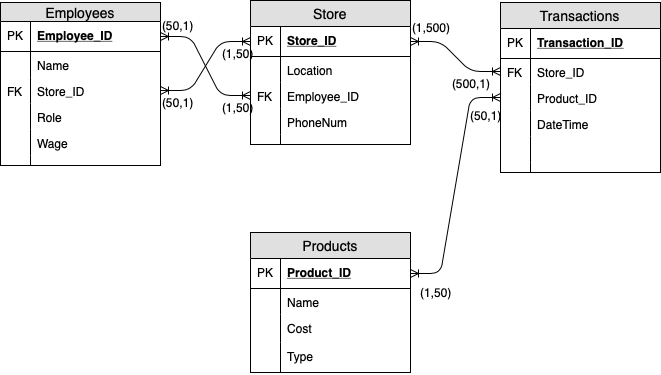
Before: Group Assignment 2.png, a diagram exported from draw.io (tjschaeffer/IST210). Source tidied: cells renumbered, new cells last; positions are measured from the earlier drawing's top-left corner, leaving out a move shared by most shapes. The source it was exported from:
```xml
<mxGraphModel>
  <root>
    <mxCell id="0" />
    <mxCell id="1" parent="0" />
    <mxCell id="2" value="Employees" style="swimlane;fontStyle=0;horizontal=1;startSize=19;fillColor=#e0e0e0;swimlaneFillColor=#ffffff;align=center;fontSize=14;" parent="1" vertex="1">
      <mxGeometry y="2" width="160" height="163" as="geometry" />
    </mxCell>
    <mxCell id="3" value="Employee_ID" style="shape=partialRectangle;top=0;left=0;right=0;bottom=1;align=left;verticalAlign=middle;fillColor=none;spacingLeft=34;spacingRight=4;overflow=hidden;points=[[0,0.5],[1,0.5]];portConstraint=eastwest;fontStyle=5;fontSize=12;" parent="2" vertex="1">
      <mxGeometry y="19" width="160" height="30" as="geometry" />
    </mxCell>
    <mxCell id="4" value="PK" style="shape=partialRectangle;top=0;left=0;bottom=0;fillColor=none;align=left;verticalAlign=middle;spacingLeft=4;spacingRight=4;overflow=hidden;fontSize=12;" parent="3" vertex="1">
      <mxGeometry width="30" height="30" as="geometry" />
    </mxCell>
    <mxCell id="5" value="Name" style="shape=partialRectangle;top=0;left=0;right=0;bottom=0;align=left;verticalAlign=top;fillColor=none;spacingLeft=34;spacingRight=4;overflow=hidden;fontSize=12;" parent="2" vertex="1">
      <mxGeometry y="49" width="160" height="26" as="geometry" />
    </mxCell>
    <mxCell id="6" style="shape=partialRectangle;top=0;left=0;bottom=0;fillColor=none;align=left;verticalAlign=top;spacingLeft=4;spacingRight=4;overflow=hidden;fontSize=12;" parent="5" vertex="1">
      <mxGeometry width="30" height="26" as="geometry" />
    </mxCell>
    <mxCell id="7" value="Store_ID" style="shape=partialRectangle;top=0;left=0;right=0;bottom=0;align=left;verticalAlign=top;fillColor=none;spacingLeft=34;spacingRight=4;overflow=hidden;points=[[0,0.5],[1,0.5]];portConstraint=eastwest;fontSize=12;" parent="2" vertex="1">
      <mxGeometry y="75" width="160" height="26" as="geometry" />
    </mxCell>
    <mxCell id="8" value="FK" style="shape=partialRectangle;top=0;left=0;bottom=0;fillColor=none;align=left;verticalAlign=top;spacingLeft=4;spacingRight=4;overflow=hidden;fontSize=12;" parent="7" vertex="1">
      <mxGeometry width="30" height="26" as="geometry" />
    </mxCell>
    <mxCell id="9" value="Role" style="shape=partialRectangle;top=0;left=0;right=0;bottom=0;align=left;verticalAlign=top;fillColor=none;spacingLeft=34;spacingRight=4;overflow=hidden;fontSize=12;" parent="2" vertex="1">
      <mxGeometry y="101" width="160" height="26" as="geometry" />
    </mxCell>
    <mxCell id="10" style="shape=partialRectangle;top=0;left=0;bottom=0;fillColor=none;align=left;verticalAlign=top;spacingLeft=4;spacingRight=4;overflow=hidden;fontSize=12;" parent="9" vertex="1">
      <mxGeometry width="30" height="26" as="geometry" />
    </mxCell>
    <mxCell id="11" value="Wage" style="shape=partialRectangle;top=0;left=0;right=0;bottom=0;align=left;verticalAlign=top;fillColor=none;spacingLeft=34;spacingRight=4;overflow=hidden;fontSize=12;" parent="2" vertex="1">
      <mxGeometry y="127" width="160" height="26" as="geometry" />
    </mxCell>
    <mxCell id="12" style="shape=partialRectangle;top=0;left=0;bottom=0;fillColor=none;align=left;verticalAlign=top;spacingLeft=4;spacingRight=4;overflow=hidden;fontSize=12;" parent="11" vertex="1">
      <mxGeometry width="30" height="26" as="geometry" />
    </mxCell>
    <mxCell id="13" style="shape=partialRectangle;top=0;left=0;right=0;bottom=0;align=left;verticalAlign=top;fillColor=none;spacingLeft=34;spacingRight=4;overflow=hidden;fontSize=12;" parent="2" vertex="1">
      <mxGeometry y="153" width="160" height="10" as="geometry" />
    </mxCell>
    <mxCell id="14" style="shape=partialRectangle;top=0;left=0;bottom=0;fillColor=none;align=left;verticalAlign=top;spacingLeft=4;spacingRight=4;overflow=hidden;fontSize=12;" parent="13" vertex="1">
      <mxGeometry width="30" height="10" as="geometry" />
    </mxCell>
    <mxCell id="15" value="Store" style="swimlane;fontStyle=0;horizontal=1;startSize=26;fillColor=#e0e0e0;swimlaneFillColor=#ffffff;align=center;fontSize=14;" parent="1" vertex="1">
      <mxGeometry x="250" width="160" height="144" as="geometry" />
    </mxCell>
    <mxCell id="16" value="Store_ID" style="shape=partialRectangle;top=0;left=0;right=0;bottom=1;align=left;verticalAlign=middle;fillColor=none;spacingLeft=34;spacingRight=4;overflow=hidden;points=[[0,0.5],[1,0.5]];portConstraint=eastwest;fontStyle=5;fontSize=12;" parent="15" vertex="1">
      <mxGeometry y="26" width="160" height="30" as="geometry" />
    </mxCell>
    <mxCell id="17" value="PK" style="shape=partialRectangle;top=0;left=0;bottom=0;fillColor=none;align=left;verticalAlign=middle;spacingLeft=4;spacingRight=4;overflow=hidden;fontSize=12;" parent="16" vertex="1">
      <mxGeometry width="30" height="30" as="geometry" />
    </mxCell>
    <mxCell id="18" value="Location" style="shape=partialRectangle;top=0;left=0;right=0;bottom=0;align=left;verticalAlign=top;fillColor=none;spacingLeft=34;spacingRight=4;overflow=hidden;fontSize=12;" parent="15" vertex="1">
      <mxGeometry y="56" width="160" height="26" as="geometry" />
    </mxCell>
    <mxCell id="19" style="shape=partialRectangle;top=0;left=0;bottom=0;fillColor=none;align=left;verticalAlign=top;spacingLeft=4;spacingRight=4;overflow=hidden;fontSize=12;" parent="18" vertex="1">
      <mxGeometry width="30" height="26" as="geometry" />
    </mxCell>
    <mxCell id="20" value="Employee_ID&#10;" style="shape=partialRectangle;top=0;left=0;right=0;bottom=0;align=left;verticalAlign=top;fillColor=none;spacingLeft=34;spacingRight=4;overflow=hidden;points=[[0,0.5],[1,0.5]];portConstraint=eastwest;fontSize=12;" parent="15" vertex="1">
      <mxGeometry y="82" width="160" height="26" as="geometry" />
    </mxCell>
    <mxCell id="21" value="FK" style="shape=partialRectangle;top=0;left=0;bottom=0;fillColor=none;align=left;verticalAlign=top;spacingLeft=4;spacingRight=4;overflow=hidden;fontSize=12;" parent="20" vertex="1">
      <mxGeometry width="30" height="26" as="geometry" />
    </mxCell>
    <mxCell id="22" value="PhoneNum" style="shape=partialRectangle;top=0;left=0;right=0;bottom=0;align=left;verticalAlign=top;fillColor=none;spacingLeft=34;spacingRight=4;overflow=hidden;fontSize=12;" parent="15" vertex="1">
      <mxGeometry y="108" width="160" height="26" as="geometry" />
    </mxCell>
    <mxCell id="23" style="shape=partialRectangle;top=0;left=0;bottom=0;fillColor=none;align=left;verticalAlign=top;spacingLeft=4;spacingRight=4;overflow=hidden;fontSize=12;" parent="22" vertex="1">
      <mxGeometry width="30" height="26" as="geometry" />
    </mxCell>
    <mxCell id="24" style="shape=partialRectangle;top=0;left=0;right=0;bottom=0;align=left;verticalAlign=top;fillColor=none;spacingLeft=34;spacingRight=4;overflow=hidden;fontSize=12;" parent="15" vertex="1">
      <mxGeometry y="134" width="160" height="10" as="geometry" />
    </mxCell>
    <mxCell id="25" style="shape=partialRectangle;top=0;left=0;bottom=0;fillColor=none;align=left;verticalAlign=top;spacingLeft=4;spacingRight=4;overflow=hidden;fontSize=12;" parent="24" vertex="1">
      <mxGeometry width="30" height="10" as="geometry" />
    </mxCell>
    <mxCell id="26" value="Products" style="swimlane;fontStyle=0;horizontal=1;startSize=26;fillColor=#e0e0e0;swimlaneFillColor=#ffffff;align=center;fontSize=14;" parent="1" vertex="1">
      <mxGeometry x="250" y="232" width="160" height="140" as="geometry" />
    </mxCell>
    <mxCell id="27" value="Product_ID" style="shape=partialRectangle;top=0;left=0;right=0;bottom=1;align=left;verticalAlign=middle;fillColor=none;spacingLeft=34;spacingRight=4;overflow=hidden;points=[[0,0.5],[1,0.5]];portConstraint=eastwest;fontStyle=5;fontSize=12;" parent="26" vertex="1">
      <mxGeometry y="26" width="160" height="30" as="geometry" />
    </mxCell>
    <mxCell id="28" value="PK" style="shape=partialRectangle;top=0;left=0;bottom=0;fillColor=none;align=left;verticalAlign=middle;spacingLeft=4;spacingRight=4;overflow=hidden;fontSize=12;" parent="27" vertex="1">
      <mxGeometry width="30" height="30" as="geometry" />
    </mxCell>
    <mxCell id="29" value="Name" style="shape=partialRectangle;top=0;left=0;right=0;bottom=0;align=left;verticalAlign=top;fillColor=none;spacingLeft=34;spacingRight=4;overflow=hidden;fontSize=12;" parent="26" vertex="1">
      <mxGeometry y="56" width="160" height="26" as="geometry" />
    </mxCell>
    <mxCell id="30" style="shape=partialRectangle;top=0;left=0;bottom=0;fillColor=none;align=left;verticalAlign=top;spacingLeft=4;spacingRight=4;overflow=hidden;fontSize=12;" parent="29" vertex="1">
      <mxGeometry width="30" height="26" as="geometry" />
    </mxCell>
    <mxCell id="31" value="Cost&#10;" style="shape=partialRectangle;top=0;left=0;right=0;bottom=0;align=left;verticalAlign=top;fillColor=none;spacingLeft=34;spacingRight=4;overflow=hidden;fontSize=12;" parent="26" vertex="1">
      <mxGeometry y="82" width="160" height="28" as="geometry" />
    </mxCell>
    <mxCell id="32" style="shape=partialRectangle;top=0;left=0;bottom=0;fillColor=none;align=left;verticalAlign=top;spacingLeft=4;spacingRight=4;overflow=hidden;fontSize=12;" parent="31" vertex="1">
      <mxGeometry width="30" height="28" as="geometry" />
    </mxCell>
    <mxCell id="33" value="Type" style="shape=partialRectangle;top=0;left=0;right=0;bottom=0;align=left;verticalAlign=top;fillColor=none;spacingLeft=34;spacingRight=4;overflow=hidden;fontSize=12;" parent="26" vertex="1">
      <mxGeometry y="110" width="160" height="30" as="geometry" />
    </mxCell>
    <mxCell id="34" style="shape=partialRectangle;top=0;left=0;bottom=0;fillColor=none;align=left;verticalAlign=top;spacingLeft=4;spacingRight=4;overflow=hidden;fontSize=12;" parent="33" vertex="1">
      <mxGeometry width="30" height="30" as="geometry" />
    </mxCell>
    <mxCell id="35" value="Transactions" style="swimlane;fontStyle=0;horizontal=1;startSize=26;fillColor=#e0e0e0;swimlaneFillColor=#ffffff;align=center;fontSize=14;" parent="1" vertex="1">
      <mxGeometry x="500" y="2" width="160" height="170" as="geometry" />
    </mxCell>
    <mxCell id="36" value="Transaction_ID" style="shape=partialRectangle;top=0;left=0;right=0;bottom=1;align=left;verticalAlign=middle;fillColor=none;spacingLeft=34;spacingRight=4;overflow=hidden;fontStyle=5;fontSize=12;" parent="35" vertex="1">
      <mxGeometry y="26" width="160" height="30" as="geometry" />
    </mxCell>
    <mxCell id="37" value="PK" style="shape=partialRectangle;top=0;left=0;bottom=0;fillColor=none;align=left;verticalAlign=middle;spacingLeft=4;spacingRight=4;overflow=hidden;fontSize=12;" parent="36" vertex="1">
      <mxGeometry width="30" height="30" as="geometry" />
    </mxCell>
    <mxCell id="38" value="Store_ID" style="shape=partialRectangle;top=0;left=0;right=0;bottom=0;align=left;verticalAlign=top;fillColor=none;spacingLeft=34;spacingRight=4;overflow=hidden;points=[[0,0.5],[1,0.5]];portConstraint=eastwest;fontSize=12;" parent="35" vertex="1">
      <mxGeometry y="56" width="160" height="26" as="geometry" />
    </mxCell>
    <mxCell id="39" value="FK" style="shape=partialRectangle;top=0;left=0;bottom=0;fillColor=none;align=left;verticalAlign=top;spacingLeft=4;spacingRight=4;overflow=hidden;fontSize=12;" parent="38" vertex="1">
      <mxGeometry width="30" height="26" as="geometry" />
    </mxCell>
    <mxCell id="40" value="Product_ID" style="shape=partialRectangle;top=0;left=0;right=0;bottom=0;align=left;verticalAlign=top;fillColor=none;spacingLeft=34;spacingRight=4;overflow=hidden;points=[[0,0.5],[1,0.5]];portConstraint=eastwest;fontSize=12;" parent="35" vertex="1">
      <mxGeometry y="82" width="160" height="26" as="geometry" />
    </mxCell>
    <mxCell id="41" style="shape=partialRectangle;top=0;left=0;bottom=0;fillColor=none;align=left;verticalAlign=top;spacingLeft=4;spacingRight=4;overflow=hidden;fontSize=12;" parent="40" vertex="1">
      <mxGeometry width="30" height="26" as="geometry" />
    </mxCell>
    <mxCell id="42" value="DateTime" style="shape=partialRectangle;top=0;left=0;right=0;bottom=0;align=left;verticalAlign=top;fillColor=none;spacingLeft=34;spacingRight=4;overflow=hidden;fontSize=12;" parent="35" vertex="1">
      <mxGeometry y="108" width="160" height="26" as="geometry" />
    </mxCell>
    <mxCell id="43" style="shape=partialRectangle;top=0;left=0;bottom=0;fillColor=none;align=left;verticalAlign=top;spacingLeft=4;spacingRight=4;overflow=hidden;fontSize=12;" parent="42" vertex="1">
      <mxGeometry width="30" height="26" as="geometry" />
    </mxCell>
    <mxCell id="44" style="shape=partialRectangle;top=0;left=0;right=0;bottom=0;align=left;verticalAlign=top;fillColor=none;spacingLeft=34;spacingRight=4;overflow=hidden;fontSize=12;" parent="35" vertex="1">
      <mxGeometry y="134" width="160" height="26" as="geometry" />
    </mxCell>
    <mxCell id="45" style="shape=partialRectangle;top=0;left=0;bottom=0;fillColor=none;align=left;verticalAlign=top;spacingLeft=4;spacingRight=4;overflow=hidden;fontSize=12;" parent="44" vertex="1">
      <mxGeometry width="30" height="26" as="geometry" />
    </mxCell>
    <mxCell id="46" style="shape=partialRectangle;top=0;left=0;right=0;bottom=0;align=left;verticalAlign=top;fillColor=none;spacingLeft=34;spacingRight=4;overflow=hidden;fontSize=12;" parent="35" vertex="1">
      <mxGeometry y="160" width="160" height="10" as="geometry" />
    </mxCell>
    <mxCell id="47" style="shape=partialRectangle;top=0;left=0;bottom=0;fillColor=none;align=left;verticalAlign=top;spacingLeft=4;spacingRight=4;overflow=hidden;fontSize=12;" parent="46" vertex="1">
      <mxGeometry width="30" height="10" as="geometry" />
    </mxCell>
    <mxCell id="48" style="edgeStyle=entityRelationEdgeStyle;fontSize=12;html=1;endArrow=ERoneToMany;startArrow=ERoneToMany;entryX=0;entryY=0.5;entryDx=0;entryDy=0;exitX=1;exitY=0.5;exitDx=0;exitDy=0;" parent="1" edge="1" source="3" target="20">
      <mxGeometry relative="1" as="geometry" />
    </mxCell>
    <mxCell id="49" style="edgeStyle=entityRelationEdgeStyle;fontSize=12;html=1;endArrow=ERoneToMany;startArrow=ERoneToMany;exitX=1;exitY=0.5;exitDx=0;exitDy=0;entryX=0;entryY=0.5;entryDx=0;entryDy=0;" parent="1" edge="1" source="16" target="38">
      <mxGeometry relative="1" as="geometry" />
    </mxCell>
    <mxCell id="50" style="edgeStyle=entityRelationEdgeStyle;fontSize=12;html=1;endArrow=ERoneToMany;startArrow=ERoneToMany;entryX=0;entryY=0.5;entryDx=0;entryDy=0;exitX=1;exitY=0.5;exitDx=0;exitDy=0;" parent="1" edge="1" source="7" target="16">
      <mxGeometry relative="1" as="geometry" />
    </mxCell>
    <mxCell id="51" value="(50,1)" style="text;html=1;align=left;verticalAlign=top;spacingTop=-4;" parent="1" vertex="1">
      <mxGeometry x="160" y="16" width="50" height="20" as="geometry" />
    </mxCell>
    <mxCell id="52" value="(1,50)" style="text;html=1;align=left;verticalAlign=top;spacingTop=-4;" parent="1" vertex="1">
      <mxGeometry x="220" y="98" width="50" height="20" as="geometry" />
    </mxCell>
    <mxCell id="53" value="(1,50)&lt;br&gt;" style="text;html=1;align=left;verticalAlign=top;spacingTop=-4;" parent="1" vertex="1">
      <mxGeometry x="220" y="44" width="50" height="20" as="geometry" />
    </mxCell>
    <mxCell id="54" value="(50,1)" style="text;html=1;align=left;verticalAlign=top;spacingTop=-4;" parent="1" vertex="1">
      <mxGeometry x="160" y="93" width="50" height="20" as="geometry" />
    </mxCell>
    <mxCell id="55" value="(1,500)" style="text;html=1;align=left;verticalAlign=top;spacingTop=-4;" parent="1" vertex="1">
      <mxGeometry x="410" y="18" width="50" height="20" as="geometry" />
    </mxCell>
    <mxCell id="56" value="(500,1)" style="text;html=1;align=left;verticalAlign=top;spacingTop=-4;" parent="1" vertex="1">
      <mxGeometry x="450" y="74" width="50" height="20" as="geometry" />
    </mxCell>
    <mxCell id="57" style="edgeStyle=entityRelationEdgeStyle;fontSize=12;html=1;endArrow=ERoneToMany;startArrow=ERoneToMany;exitX=1;exitY=0.5;exitDx=0;exitDy=0;entryX=0;entryY=0.5;entryDx=0;entryDy=0;" parent="1" edge="1" source="27" target="40">
      <mxGeometry relative="1" as="geometry" />
    </mxCell>
    <mxCell id="58" value="(1,50)" style="text;html=1;align=center;verticalAlign=middle;" parent="1" vertex="1">
      <mxGeometry x="410" y="282" width="50" height="20" as="geometry" />
    </mxCell>
    <mxCell id="59" value="(50,1)" style="text;html=1;align=center;verticalAlign=middle;" parent="1" vertex="1">
      <mxGeometry x="460" y="105" width="50" height="20" as="geometry" />
    </mxCell>
  </root>
</mxGraphModel>
```
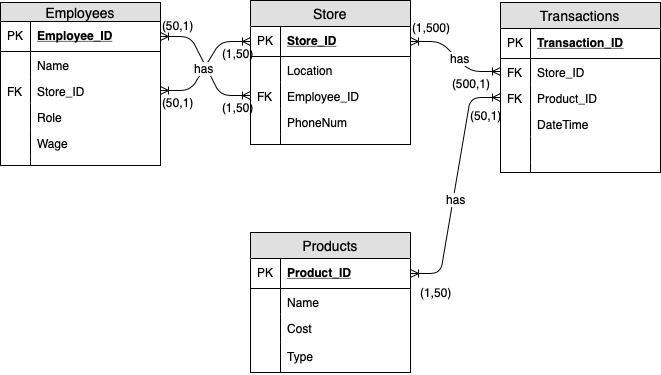
Later version of the same file.

Diff of the diagram source:
```diff
@@ -119,7 +119,7 @@
     <mxCell id="40" value="Product_ID" style="shape=partialRectangle;top=0;left=0;right=0;bottom=0;align=left;verticalAlign=top;fillColor=none;spacingLeft=34;spacingRight=4;overflow=hidden;points=[[0,0.5],[1,0.5]];portConstraint=eastwest;fontSize=12;" parent="35" vertex="1">
       <mxGeometry y="82" width="160" height="26" as="geometry" />
     </mxCell>
-    <mxCell id="41" style="shape=partialRectangle;top=0;left=0;bottom=0;fillColor=none;align=left;verticalAlign=top;spacingLeft=4;spacingRight=4;overflow=hidden;fontSize=12;" parent="40" vertex="1">
+    <mxCell id="41" value="FK" style="shape=partialRectangle;top=0;left=0;bottom=0;fillColor=none;align=left;verticalAlign=top;spacingLeft=4;spacingRight=4;overflow=hidden;fontSize=12;" parent="40" vertex="1">
       <mxGeometry width="30" height="26" as="geometry" />
     </mxCell>
     <mxCell id="42" value="DateTime" style="shape=partialRectangle;top=0;left=0;right=0;bottom=0;align=left;verticalAlign=top;fillColor=none;spacingLeft=34;spacingRight=4;overflow=hidden;fontSize=12;" parent="35" vertex="1">
@@ -146,9 +146,17 @@
     <mxCell id="49" style="edgeStyle=entityRelationEdgeStyle;fontSize=12;html=1;endArrow=ERoneToMany;startArrow=ERoneToMany;exitX=1;exitY=0.5;exitDx=0;exitDy=0;entryX=0;entryY=0.5;entryDx=0;entryDy=0;" parent="1" edge="1" source="16" target="38">
       <mxGeometry relative="1" as="geometry" />
     </mxCell>
+    <mxCell id="60" value="has" style="text;html=1;align=center;verticalAlign=middle;labelBackgroundColor=#ffffff;" parent="49" vertex="1">
+      <mxGeometry x="0.08" y="1" relative="1" as="geometry">
+        <mxPoint x="1" as="offset" />
+      </mxGeometry>
+    </mxCell>
     <mxCell id="50" style="edgeStyle=entityRelationEdgeStyle;fontSize=12;html=1;endArrow=ERoneToMany;startArrow=ERoneToMany;entryX=0;entryY=0.5;entryDx=0;entryDy=0;exitX=1;exitY=0.5;exitDx=0;exitDy=0;" parent="1" edge="1" source="7" target="16">
       <mxGeometry relative="1" as="geometry" />
     </mxCell>
+    <mxCell id="61" value="has" style="text;html=1;align=center;verticalAlign=middle;labelBackgroundColor=#ffffff;" parent="50" vertex="1">
+      <mxGeometry x="-0.04" y="1" relative="1" as="geometry" />
+    </mxCell>
     <mxCell id="51" value="(50,1)" style="text;html=1;align=left;verticalAlign=top;spacingTop=-4;" parent="1" vertex="1">
       <mxGeometry x="160" y="16" width="50" height="20" as="geometry" />
     </mxCell>
@@ -170,6 +178,9 @@
     <mxCell id="57" style="edgeStyle=entityRelationEdgeStyle;fontSize=12;html=1;endArrow=ERoneToMany;startArrow=ERoneToMany;exitX=1;exitY=0.5;exitDx=0;exitDy=0;entryX=0;entryY=0.5;entryDx=0;entryDy=0;" parent="1" edge="1" source="27" target="40">
       <mxGeometry relative="1" as="geometry" />
     </mxCell>
+    <mxCell id="62" value="has" style="text;html=1;align=center;verticalAlign=middle;labelBackgroundColor=#ffffff;" parent="57" vertex="1">
+      <mxGeometry x="-0.11" y="-2" relative="1" as="geometry" />
+    </mxCell>
     <mxCell id="58" value="(1,50)" style="text;html=1;align=center;verticalAlign=middle;" parent="1" vertex="1">
       <mxGeometry x="410" y="282" width="50" height="20" as="geometry" />
     </mxCell>
```
